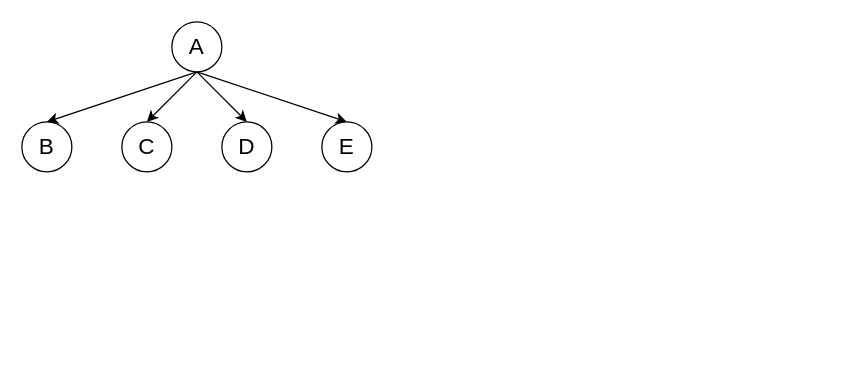
Before: Untitled Diagram.drawio in DKwingSON/myDrawIO, a draw.io diagram. Source tidied: cells renumbered, new cells numbered last; positions are measured from the earlier drawing's top-left corner, leaving out a move shared by most shapes. Both pictures are drawn from the tidied source at 125%, with x=0, y=0 at pixel (21, 21).
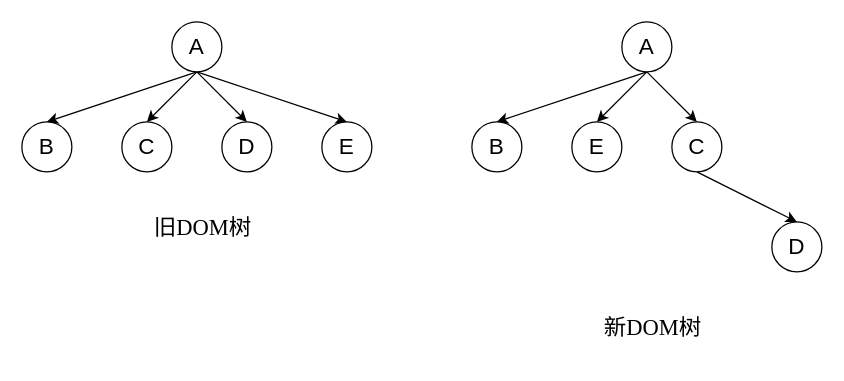
After the change.

Diff of the diagram source:
```diff
@@
+    <mxCell id="11" value="&lt;font face=&quot;Times New Roman&quot; style=&quot;font-size: 18px&quot;&gt;旧DOM树&lt;/font&gt;" style="text;html=1;strokeColor=none;fillColor=none;align=center;verticalAlign=middle;whiteSpace=wrap;rounded=0;" parent="1" vertex="1">
+      <mxGeometry x="90" y="140" width="110" height="50" as="geometry" />
+    </mxCell>
+    <mxCell id="12" style="rounded=0;jettySize=auto;html=1;exitX=0.5;exitY=1;exitDx=0;exitDy=0;entryX=0.5;entryY=0;entryDx=0;entryDy=0;" parent="1" edge="1" source="16" target="17">
+      <mxGeometry relative="1" as="geometry" />
+    </mxCell>
+    <mxCell id="13" style="edgeStyle=none;rounded=0;jettySize=auto;html=1;exitX=0.5;exitY=1;exitDx=0;exitDy=0;entryX=0.5;entryY=0;entryDx=0;entryDy=0;" parent="1" edge="1" source="16" target="18">
+      <mxGeometry relative="1" as="geometry" />
+    </mxCell>
+    <mxCell id="14" style="edgeStyle=none;rounded=0;jettySize=auto;html=1;exitX=0.5;exitY=1;exitDx=0;exitDy=0;entryX=0.5;entryY=0;entryDx=0;entryDy=0;" parent="1" edge="1" source="16" target="19">
+      <mxGeometry relative="1" as="geometry" />
+    </mxCell>
+    <mxCell id="15" style="edgeStyle=none;rounded=0;jettySize=auto;html=1;exitX=0.5;exitY=1;exitDx=0;exitDy=0;entryX=0.5;entryY=0;entryDx=0;entryDy=0;" parent="1" edge="1" source="19" target="20">
+      <mxGeometry relative="1" as="geometry" />
+    </mxCell>
+    <mxCell id="16" value="&lt;font style=&quot;font-size: 18px&quot;&gt;A&lt;/font&gt;" style="ellipse;whiteSpace=wrap;html=1;" parent="1" vertex="1">
+      <mxGeometry x="480" width="40" height="40" as="geometry" />
+    </mxCell>
+    <mxCell id="17" value="&lt;font style=&quot;font-size: 18px&quot;&gt;B&lt;/font&gt;" style="ellipse;whiteSpace=wrap;html=1;" parent="1" vertex="1">
+      <mxGeometry x="360" y="80" width="40" height="40" as="geometry" />
+    </mxCell>
+    <mxCell id="18" value="&lt;font style=&quot;font-size: 18px&quot;&gt;E&lt;/font&gt;" style="ellipse;whiteSpace=wrap;html=1;" parent="1" vertex="1">
+      <mxGeometry x="440" y="80" width="40" height="40" as="geometry" />
+    </mxCell>
+    <mxCell id="19" value="&lt;font style=&quot;font-size: 18px&quot;&gt;C&lt;/font&gt;" style="ellipse;whiteSpace=wrap;html=1;" parent="1" vertex="1">
+      <mxGeometry x="520" y="80" width="40" height="40" as="geometry" />
+    </mxCell>
+    <mxCell id="20" value="&lt;font style=&quot;font-size: 18px&quot;&gt;D&lt;/font&gt;" style="ellipse;whiteSpace=wrap;html=1;" parent="1" vertex="1">
+      <mxGeometry x="600" y="160" width="40" height="40" as="geometry" />
+    </mxCell>
+    <mxCell id="21" value="&lt;font face=&quot;Times New Roman&quot; style=&quot;font-size: 18px&quot;&gt;新DOM树&lt;/font&gt;" style="text;html=1;strokeColor=none;fillColor=none;align=center;verticalAlign=middle;whiteSpace=wrap;rounded=0;" parent="1" vertex="1">
+      <mxGeometry x="450" y="220" width="110" height="50" as="geometry" />
+    </mxCell>
```
